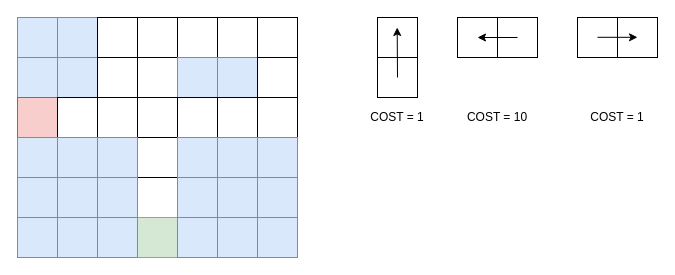
The draw.io diagram page "cost-defintion" (1 of 2) of content/docs/lectures/search/images/search.drawio in cicyfan/cs-gy-6613-spring-2020, before the edit. Source tidied: cells renumbered, new cells numbered last; positions are measured from the earlier drawing's top-left corner, leaving out a move shared by most shapes. Both pictures are drawn from the tidied source at 100%, with x=0, y=0 at pixel (17, 17).
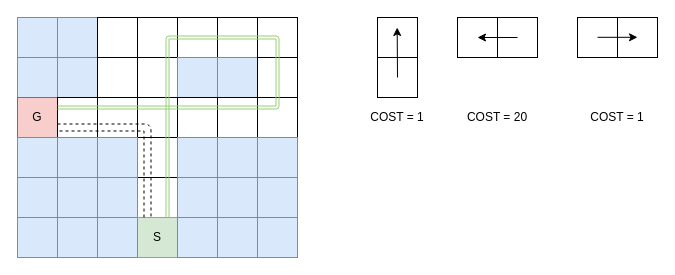
After the change.

Unchanged cells that the change refers to:
```xml
<mxCell id="34" style="whiteSpace=wrap;html=1;" parent="1" vertex="1">
  <mxGeometry x="120" y="160" width="40" height="40" as="geometry" />
</mxCell>
```

Diff of the diagram source:
```diff
@@
-    <mxCell id="18" style="whiteSpace=wrap;html=1;fillColor=#f8cecc;strokeColor=#b85450;" parent="1" vertex="1">
+    <mxCell id="18" value="G" style="whiteSpace=wrap;html=1;fillColor=#f8cecc;strokeColor=#b85450;" parent="1" vertex="1">
       <mxGeometry y="80" width="40" height="40" as="geometry" />
     </mxCell>
@@
-    <mxCell id="41" style="whiteSpace=wrap;html=1;fillColor=#d5e8d4;strokeColor=#82b366;" parent="1" vertex="1">
+    <mxCell id="41" value="S" style="whiteSpace=wrap;html=1;fillColor=#d5e8d4;strokeColor=#82b366;" parent="1" vertex="1">
       <mxGeometry x="120" y="200" width="40" height="40" as="geometry" />
     </mxCell>
@@
-    <mxCell id="54" value="COST = 10" style="text;html=1;strokeColor=none;fillColor=none;align=center;verticalAlign=middle;whiteSpace=wrap;rounded=0;" parent="1" vertex="1">
+    <mxCell id="54" value="COST = 20" style="text;html=1;strokeColor=none;fillColor=none;align=center;verticalAlign=middle;whiteSpace=wrap;rounded=0;" parent="1" vertex="1">
       <mxGeometry x="440" y="90" width="80" height="20" as="geometry" />
     </mxCell>
@@
+    <mxCell id="56" style="shape=link;html=1;entryX=1;entryY=0.75;entryDx=0;entryDy=0;strokeColor=#000000;edgeStyle=orthogonalEdgeStyle;width=7;fillColor=#fff2cc;dashed=1;" parent="1" edge="1" target="18">
+      <mxGeometry relative="1" as="geometry">
+        <mxPoint x="130" y="200" as="sourcePoint" />
+        <Array as="points">
+          <mxPoint x="130" y="200" />
+          <mxPoint x="130" y="110" />
+        </Array>
+      </mxGeometry>
+    </mxCell>
+    <mxCell id="57" style="shape=link;html=1;strokeColor=#97D077;exitX=0.75;exitY=1;exitDx=0;exitDy=0;entryX=1;entryY=0.25;entryDx=0;entryDy=0;edgeStyle=orthogonalEdgeStyle;width=3;" parent="1" edge="1" source="34" target="18">
+      <mxGeometry relative="1" as="geometry">
+        <Array as="points">
+          <mxPoint x="150" y="20" />
+          <mxPoint x="260" y="20" />
+          <mxPoint x="260" y="90" />
+        </Array>
+      </mxGeometry>
+    </mxCell>
```
